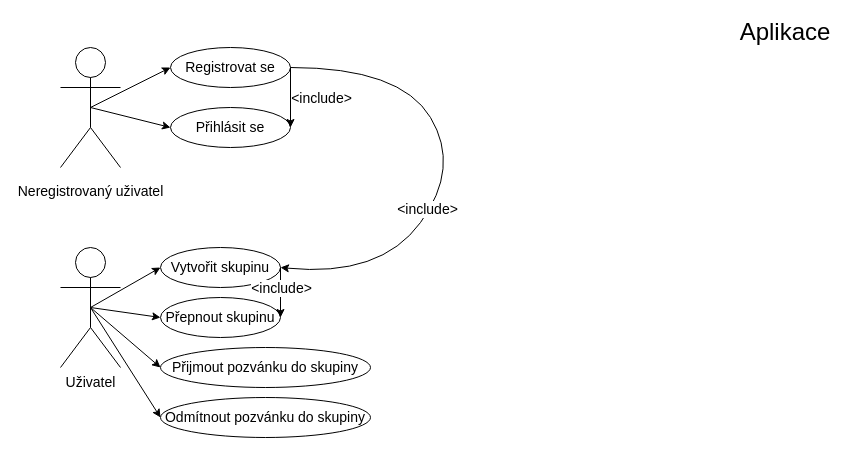
The draw.io diagram UseCaseDiagram/app.drawio in Aidam7/DuDat-Docs, before the edit. Source tidied: cells renumbered, new cells numbered last; positions are measured from the earlier drawing's top-left corner, leaving out a move shared by most shapes. Both pictures are drawn from the tidied source at 100%, with x=0, y=0 at pixel (60, 17).
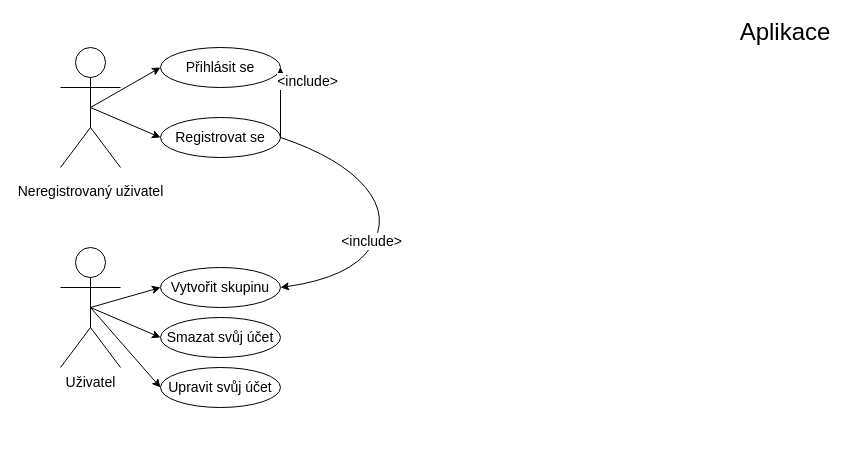
After the change.

The change refers to these unchanged cells:
```xml
<mxCell id="10" value="Uživatel" style="shape=umlActor;verticalLabelPosition=bottom;verticalAlign=top;html=1;outlineConnect=0;fontSize=14;" parent="1" vertex="1">
  <mxGeometry y="230" width="60" height="120" as="geometry" />
</mxCell>
```

What changed in the source:
```diff
@@
     <mxCell id="4" value="Registrovat se" style="ellipse;whiteSpace=wrap;html=1;fontSize=14;" parent="1" vertex="1">
-      <mxGeometry x="110" y="30" width="120" height="40" as="geometry" />
+      <mxGeometry x="100" y="100" width="120" height="40" as="geometry" />
     </mxCell>
     <mxCell id="5" value="Přihlásit se" style="ellipse;whiteSpace=wrap;html=1;fontSize=14;" parent="1" vertex="1">
-      <mxGeometry x="110" y="90" width="120" height="40" as="geometry" />
+      <mxGeometry x="100" y="30" width="120" height="40" as="geometry" />
     </mxCell>
@@
     <mxCell id="11" value="Vytvořit skupinu" style="ellipse;whiteSpace=wrap;html=1;fontSize=14;" parent="1" vertex="1">
-      <mxGeometry x="100" y="230" width="120" height="40" as="geometry" />
+      <mxGeometry x="100" y="250" width="120" height="40" as="geometry" />
     </mxCell>
-    <mxCell id="12" value="Přepnout skupinu" style="ellipse;whiteSpace=wrap;html=1;fontSize=14;" parent="1" vertex="1">
-      <mxGeometry x="100" y="280" width="120" height="40" as="geometry" />
-    </mxCell>
     <mxCell id="13" style="curved=1;endArrow=classic;html=1;rounded=0;fontSize=14;exitX=1;exitY=0.5;exitDx=0;exitDy=0;entryX=1;entryY=0.5;entryDx=0;entryDy=0;" parent="1" edge="1" source="4" target="11">
       <mxGeometry relative="1" as="geometry">
         <Array as="points">
-          <mxPoint x="340" y="50" />
-          <mxPoint x="400" y="150" />
-          <mxPoint x="320" y="260" />
+          <mxPoint x="280" y="140" />
+          <mxPoint x="330" y="200" />
+          <mxPoint x="290" y="260" />
         </Array>
       </mxGeometry>
     </mxCell>
@@
-    <mxCell id="15" style="endArrow=classic;html=1;rounded=0;fontSize=14;exitX=1;exitY=0.5;exitDx=0;exitDy=0;entryX=1;entryY=0.5;entryDx=0;entryDy=0;" parent="1" edge="1" source="11" target="12">
-      <mxGeometry relative="1" as="geometry" />
-    </mxCell>
-    <mxCell id="16" value="&amp;lt;include&amp;gt;" style="edgeLabel;html=1;align=center;verticalAlign=middle;fontSize=14;" parent="15" vertex="1">
-      <mxGeometry x="-0.44" y="1" relative="1" as="geometry">
-        <mxPoint x="-1" y="6" as="offset" />
-      </mxGeometry>
-    </mxCell>
-    <mxCell id="17" value="Přijmout pozvánku do skupiny" style="ellipse;whiteSpace=wrap;html=1;fontSize=14;" parent="1" vertex="1">
-      <mxGeometry x="100" y="330" width="210" height="40" as="geometry" />
-    </mxCell>
@@
-    <mxCell id="19" style="endArrow=classic;html=1;rounded=0;fontSize=14;exitX=0.5;exitY=0.5;exitDx=0;exitDy=0;exitPerimeter=0;entryX=0;entryY=0.5;entryDx=0;entryDy=0;" parent="1" edge="1" source="10" target="12">
-      <mxGeometry relative="1" as="geometry" />
-    </mxCell>
-    <mxCell id="20" style="endArrow=classic;html=1;rounded=0;fontSize=14;exitX=0.5;exitY=0.5;exitDx=0;exitDy=0;exitPerimeter=0;entryX=0;entryY=0.5;entryDx=0;entryDy=0;" parent="1" edge="1" source="10" target="17">
-      <mxGeometry relative="1" as="geometry" />
-    </mxCell>
-    <mxCell id="21" value="Odmítnout pozvánku do skupiny" style="ellipse;whiteSpace=wrap;html=1;fontSize=14;" parent="1" vertex="1">
-      <mxGeometry x="100" y="380" width="210" height="40" as="geometry" />
-    </mxCell>
-    <mxCell id="22" style="endArrow=classic;html=1;rounded=0;fontSize=14;exitX=0.5;exitY=0.5;exitDx=0;exitDy=0;exitPerimeter=0;entryX=0;entryY=0.5;entryDx=0;entryDy=0;" parent="1" edge="1" source="10" target="21">
-      <mxGeometry relative="1" as="geometry" />
-    </mxCell>
+    <mxCell id="23" value="Smazat svůj účet" style="ellipse;whiteSpace=wrap;html=1;fontSize=14;" parent="1" vertex="1">
+      <mxGeometry x="100" y="300" width="120" height="40" as="geometry" />
+    </mxCell>
+    <mxCell id="24" value="Upravit svůj účet" style="ellipse;whiteSpace=wrap;html=1;fontSize=14;" parent="1" vertex="1">
+      <mxGeometry x="100" y="350" width="120" height="40" as="geometry" />
+    </mxCell>
+    <mxCell id="25" style="endArrow=classic;html=1;rounded=0;fontSize=14;exitX=0.5;exitY=0.5;exitDx=0;exitDy=0;exitPerimeter=0;entryX=0;entryY=0.5;entryDx=0;entryDy=0;" parent="1" edge="1" source="10" target="23">
+      <mxGeometry relative="1" as="geometry" />
+    </mxCell>
+    <mxCell id="26" style="endArrow=classic;html=1;rounded=0;fontSize=14;exitX=0.5;exitY=0.5;exitDx=0;exitDy=0;exitPerimeter=0;entryX=0;entryY=0.5;entryDx=0;entryDy=0;" parent="1" edge="1" source="10" target="24">
+      <mxGeometry relative="1" as="geometry" />
+    </mxCell>
```
